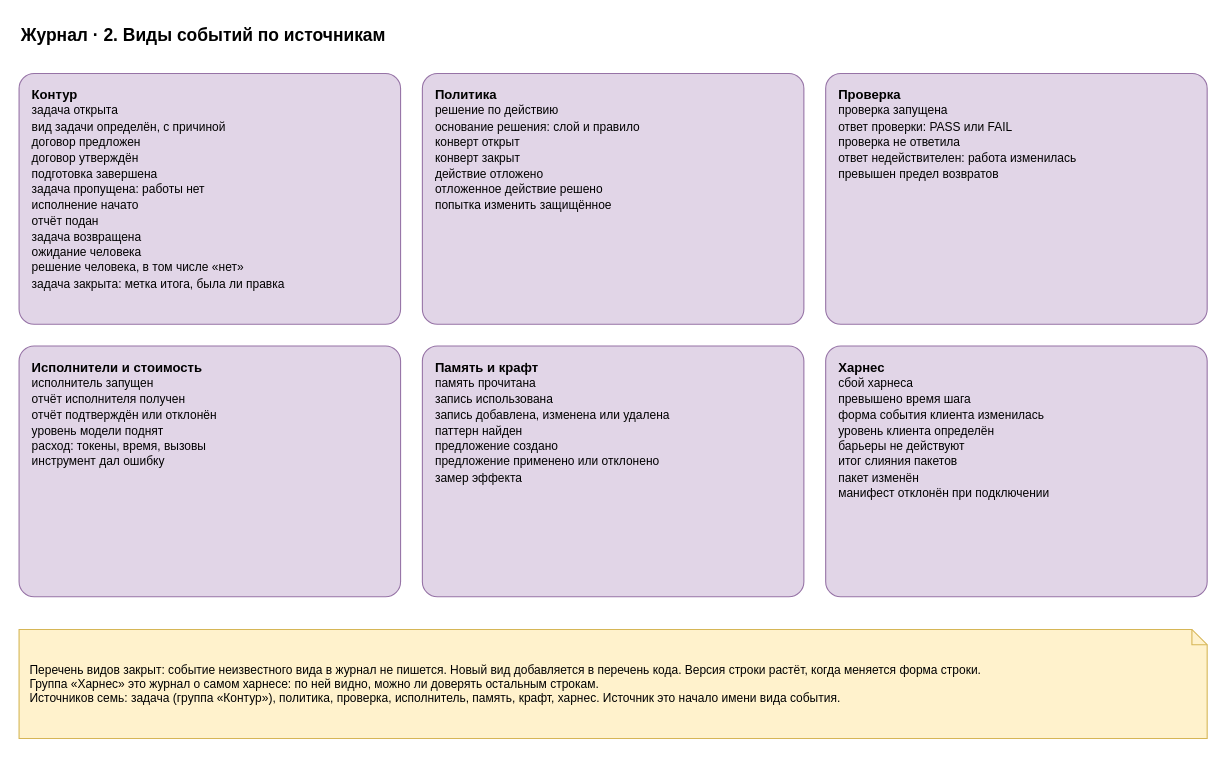
This is page "16. Виды событий" (16 of 24) of docs/spec/harness-spec.drawio from roygkov/reins, a draw.io file, before an edit. Source tidied: cells renumbered, new cells numbered last; positions are measured from the earlier drawing's top-left corner, leaving out a move shared by most shapes. Both pictures are drawn from the tidied source at 109%, with x=0, y=0 at pixel (19, 19).
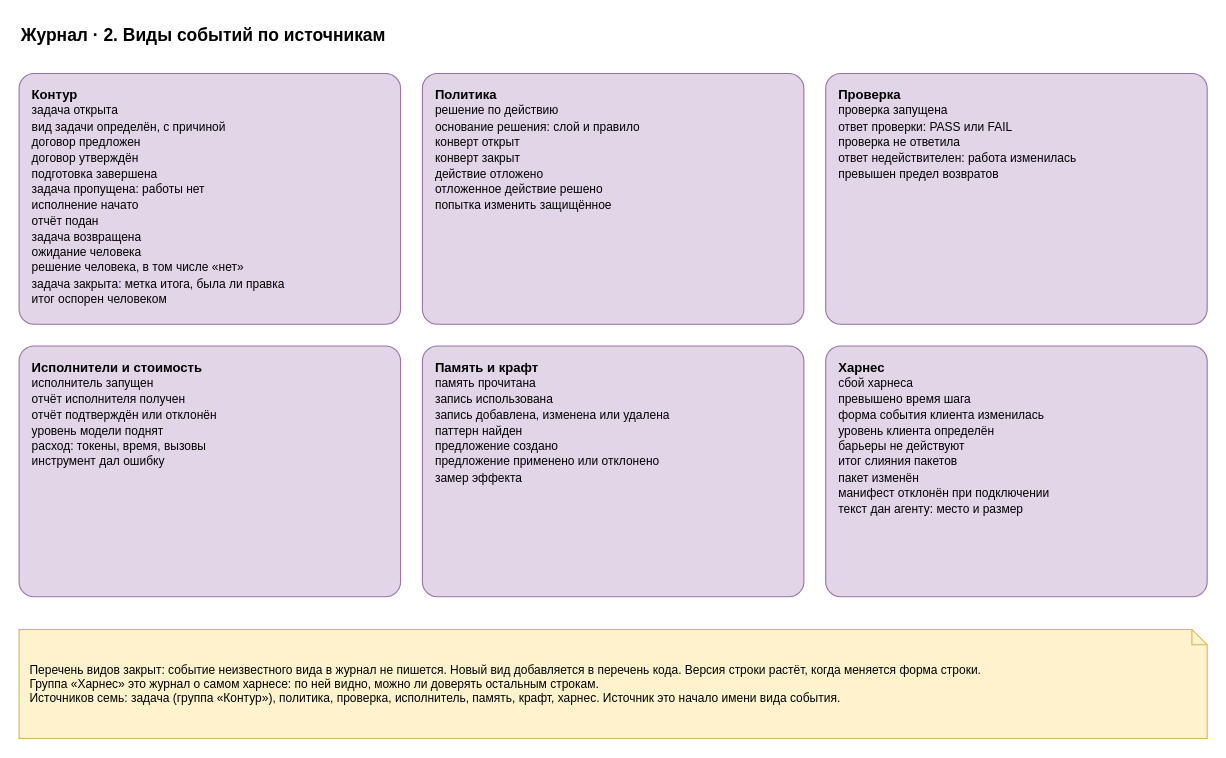
The same page after the edit.

Change to the diagram source:
```diff
@@
 <mxGraphModel>
   <root>
     <mxCell id="0" />
     <mxCell id="1" parent="0" />
     <mxCell id="2" value="Журнал · 2. Виды событий по источникам" style="text;html=1;align=left;verticalAlign=middle;whiteSpace=wrap;fontSize=16;strokeColor=none;fillColor=none;fontStyle=1;" parent="1" vertex="1">
       <mxGeometry width="900" height="30" as="geometry" />
     </mxCell>
-    <mxCell id="3" value="&lt;b&gt;Контур&lt;/b&gt;&lt;br&gt;&lt;font style=&quot;font-size:11px&quot;&gt;задача открыта&lt;br&gt;вид задачи определён, с причиной&lt;br&gt;договор предложен&lt;br&gt;договор утверждён&lt;br&gt;подготовка завершена&lt;br&gt;задача пропущена: работы нет&lt;br&gt;исполнение начато&lt;br&gt;отчёт подан&lt;br&gt;задача возвращена&lt;br&gt;ожидание человека&lt;br&gt;решение человека, в том числе «нет»&lt;br&gt;задача закрыта: метка итога, была ли правка&lt;/font&gt;" style="rounded=1;whiteSpace=wrap;html=1;fillColor=#e1d5e7;strokeColor=#9673a6;arcSize=6;align=left;verticalAlign=top;spacingLeft=10;spacingTop=6;spacingRight=6;" parent="1" vertex="1">
+    <mxCell id="3" value="&lt;b&gt;Контур&lt;/b&gt;&lt;br&gt;&lt;font style=&quot;font-size:11px&quot;&gt;задача открыта&lt;br&gt;вид задачи определён, с причиной&lt;br&gt;договор предложен&lt;br&gt;договор утверждён&lt;br&gt;подготовка завершена&lt;br&gt;задача пропущена: работы нет&lt;br&gt;исполнение начато&lt;br&gt;отчёт подан&lt;br&gt;задача возвращена&lt;br&gt;ожидание человека&lt;br&gt;решение человека, в том числе «нет»&lt;br&gt;задача закрыта: метка итога, была ли правка&lt;br&gt;итог оспорен человеком&lt;/font&gt;" style="rounded=1;whiteSpace=wrap;html=1;fillColor=#e1d5e7;strokeColor=#9673a6;arcSize=6;align=left;verticalAlign=top;spacingLeft=10;spacingTop=6;spacingRight=6;" parent="1" vertex="1">
       <mxGeometry y="50" width="350" height="230" as="geometry" />
     </mxCell>
     <mxCell id="4" value="&lt;b&gt;Политика&lt;/b&gt;&lt;br&gt;&lt;font style=&quot;font-size:11px&quot;&gt;решение по действию&lt;br&gt;основание решения: слой и правило&lt;br&gt;конверт открыт&lt;br&gt;конверт закрыт&lt;br&gt;действие отложено&lt;br&gt;отложенное действие решено&lt;br&gt;попытка изменить защищённое&lt;/font&gt;" style="rounded=1;whiteSpace=wrap;html=1;fillColor=#e1d5e7;strokeColor=#9673a6;arcSize=6;align=left;verticalAlign=top;spacingLeft=10;spacingTop=6;spacingRight=6;" parent="1" vertex="1">
       <mxGeometry x="370" y="50" width="350" height="230" as="geometry" />
     </mxCell>
     <mxCell id="5" value="&lt;b&gt;Проверка&lt;/b&gt;&lt;br&gt;&lt;font style=&quot;font-size:11px&quot;&gt;проверка запущена&lt;br&gt;ответ проверки: PASS или FAIL&lt;br&gt;проверка не ответила&lt;br&gt;ответ недействителен: работа изменилась&lt;br&gt;превышен предел возвратов&lt;/font&gt;" style="rounded=1;whiteSpace=wrap;html=1;fillColor=#e1d5e7;strokeColor=#9673a6;arcSize=6;align=left;verticalAlign=top;spacingLeft=10;spacingTop=6;spacingRight=6;" parent="1" vertex="1">
       <mxGeometry x="740" y="50" width="350" height="230" as="geometry" />
     </mxCell>
     <mxCell id="6" value="&lt;b&gt;Исполнители и стоимость&lt;/b&gt;&lt;br&gt;&lt;font style=&quot;font-size:11px&quot;&gt;исполнитель запущен&lt;br&gt;отчёт исполнителя получен&lt;br&gt;отчёт подтверждён или отклонён&lt;br&gt;уровень модели поднят&lt;br&gt;расход: токены, время, вызовы&lt;br&gt;инструмент дал ошибку&lt;/font&gt;" style="rounded=1;whiteSpace=wrap;html=1;fillColor=#e1d5e7;strokeColor=#9673a6;arcSize=6;align=left;verticalAlign=top;spacingLeft=10;spacingTop=6;spacingRight=6;" parent="1" vertex="1">
       <mxGeometry y="300" width="350" height="230" as="geometry" />
     </mxCell>
     <mxCell id="7" value="&lt;b&gt;Память и крафт&lt;/b&gt;&lt;br&gt;&lt;font style=&quot;font-size:11px&quot;&gt;память прочитана&lt;br&gt;запись использована&lt;br&gt;запись добавлена, изменена или удалена&lt;br&gt;паттерн найден&lt;br&gt;предложение создано&lt;br&gt;предложение применено или отклонено&lt;br&gt;замер эффекта&lt;/font&gt;" style="rounded=1;whiteSpace=wrap;html=1;fillColor=#e1d5e7;strokeColor=#9673a6;arcSize=6;align=left;verticalAlign=top;spacingLeft=10;spacingTop=6;spacingRight=6;" parent="1" vertex="1">
       <mxGeometry x="370" y="300" width="350" height="230" as="geometry" />
     </mxCell>
-    <mxCell id="8" value="&lt;b&gt;Харнес&lt;/b&gt;&lt;br&gt;&lt;font style=&quot;font-size:11px&quot;&gt;сбой харнеса&lt;br&gt;превышено время шага&lt;br&gt;форма события клиента изменилась&lt;br&gt;уровень клиента определён&lt;br&gt;барьеры не действуют&lt;br&gt;итог слияния пакетов&lt;br&gt;пакет изменён&lt;br&gt;манифест отклонён при подключении&lt;/font&gt;" style="rounded=1;whiteSpace=wrap;html=1;fillColor=#e1d5e7;strokeColor=#9673a6;arcSize=6;align=left;verticalAlign=top;spacingLeft=10;spacingTop=6;spacingRight=6;" parent="1" vertex="1">
+    <mxCell id="8" value="&lt;b&gt;Харнес&lt;/b&gt;&lt;br&gt;&lt;font style=&quot;font-size:11px&quot;&gt;сбой харнеса&lt;br&gt;превышено время шага&lt;br&gt;форма события клиента изменилась&lt;br&gt;уровень клиента определён&lt;br&gt;барьеры не действуют&lt;br&gt;итог слияния пакетов&lt;br&gt;пакет изменён&lt;br&gt;манифест отклонён при подключении&lt;br&gt;текст дан агенту: место и размер&lt;/font&gt;" style="rounded=1;whiteSpace=wrap;html=1;fillColor=#e1d5e7;strokeColor=#9673a6;arcSize=6;align=left;verticalAlign=top;spacingLeft=10;spacingTop=6;spacingRight=6;" parent="1" vertex="1">
       <mxGeometry x="740" y="300" width="350" height="230" as="geometry" />
     </mxCell>
     <mxCell id="9" value="Перечень видов закрыт: событие неизвестного вида в журнал не пишется. Новый вид добавляется в перечень кода. Версия строки растёт, когда меняется форма строки.&lt;br&gt;Группа «Харнес» это журнал о самом харнесе: по ней видно, можно ли доверять остальным строкам.&lt;br&gt;Источников семь: задача (группа «Контур»), политика, проверка, исполнитель, память, крафт, харнес. Источник это начало имени вида события." style="shape=note;whiteSpace=wrap;html=1;backgroundOutline=1;size=14;fillColor=#fff2cc;strokeColor=#d6b656;align=left;spacingLeft=8;spacingRight=8;fontSize=11;" parent="1" vertex="1">
       <mxGeometry y="560" width="1090" height="100" as="geometry" />
     </mxCell>
   </root>
 </mxGraphModel>
```
